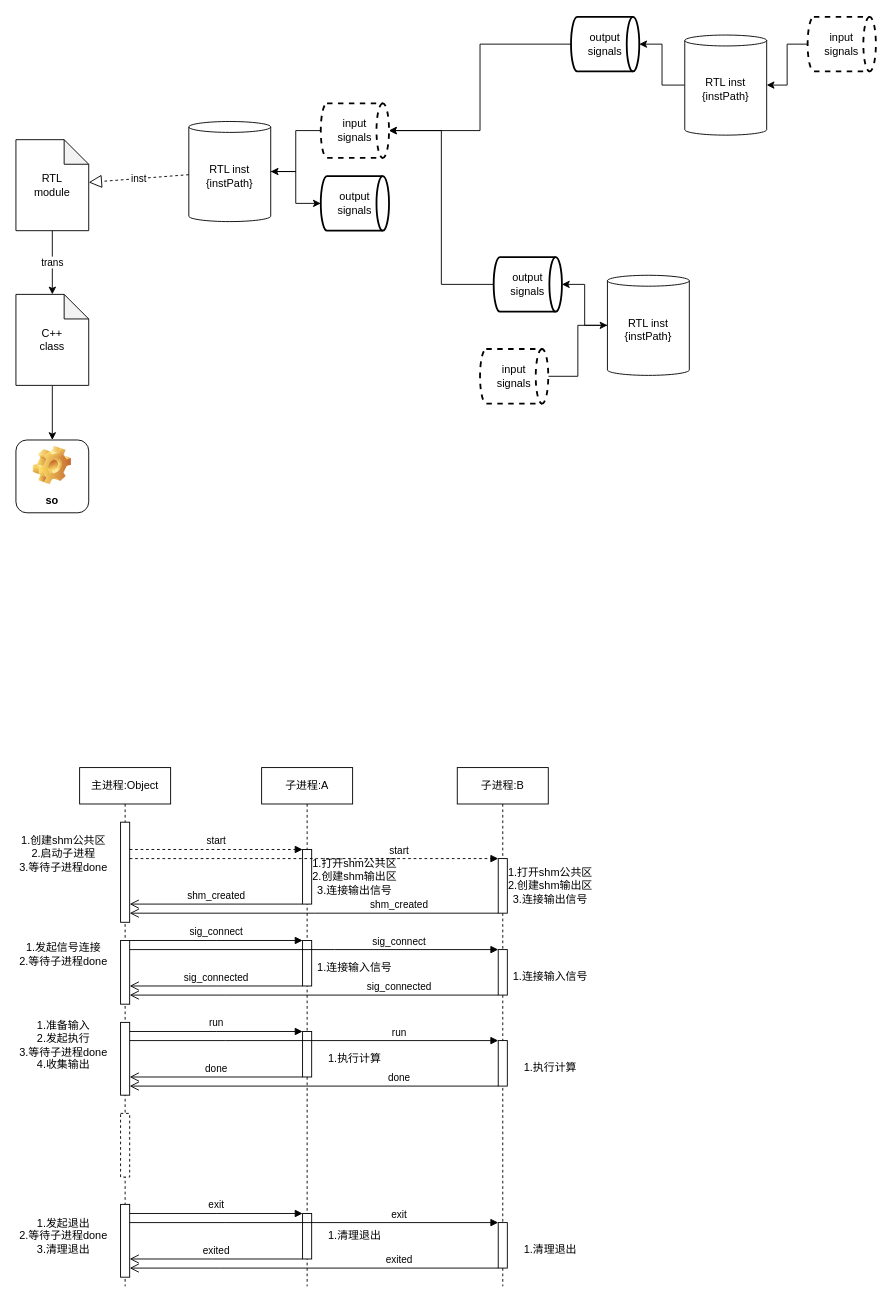
This is zolon_schedule2.drawio from Dercury/CLDK, a draw.io file, before an edit. Source tidied: cells renumbered, new cells numbered last; positions are measured from the earlier drawing's top-left corner, leaving out a move shared by most shapes. Both pictures are drawn from the tidied source at 91%, with x=0, y=0 at pixel (15, 16).
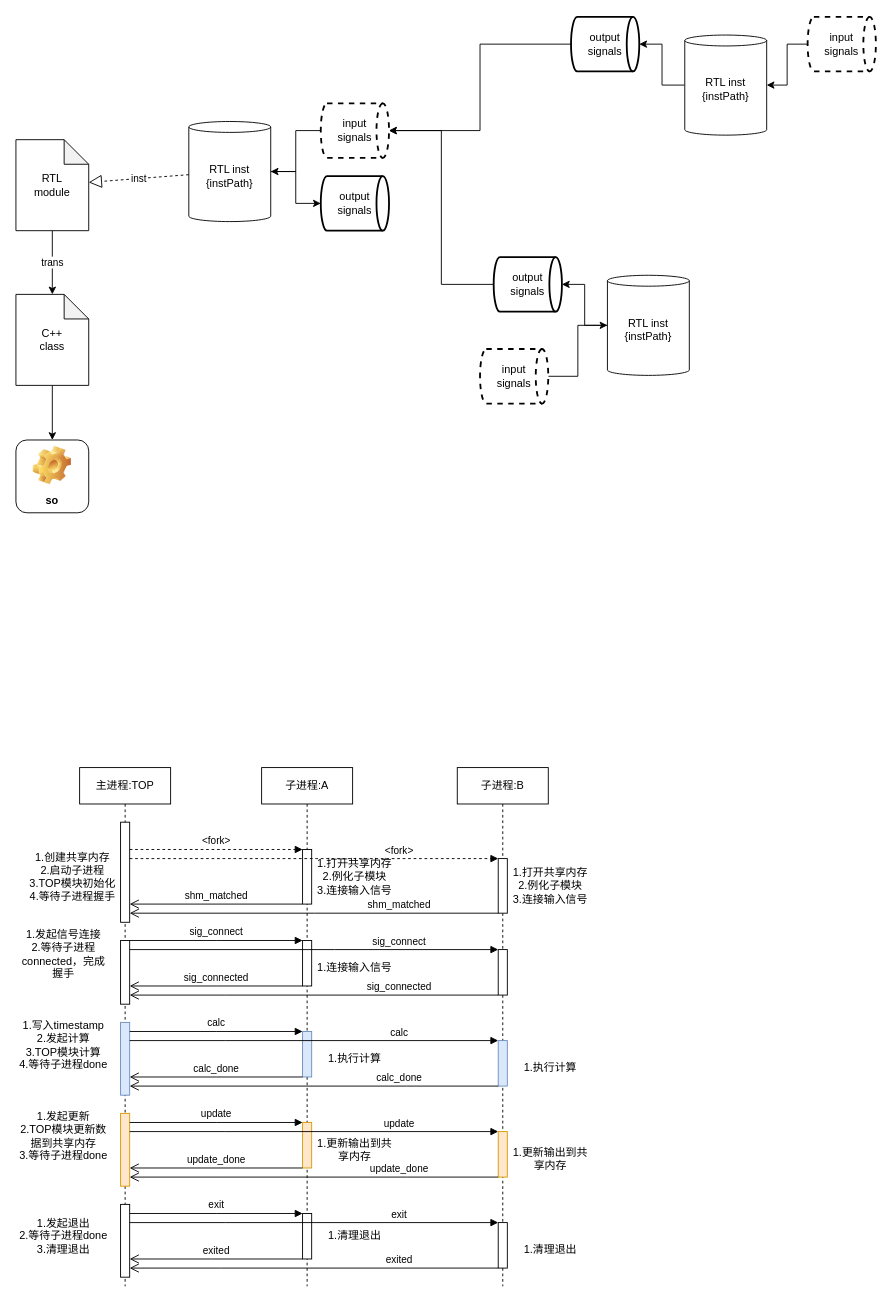
The same diagram, later.

The change refers to these unchanged cells:
```xml
<mxCell id="26" style="html=1;points=[];perimeter=orthogonalPerimeter;outlineConnect=0;targetShapes=umlLifeline;portConstraint=eastwest;newEdgeStyle={&quot;edgeStyle&quot;:&quot;elbowEdgeStyle&quot;,&quot;elbow&quot;:&quot;vertical&quot;,&quot;curved&quot;:0,&quot;rounded&quot;:0};" parent="25" vertex="1">
  <mxGeometry x="45" y="60" width="10" height="110" as="geometry" />
</mxCell>
<mxCell id="31" value="子进程:A" style="shape=umlLifeline;perimeter=lifelinePerimeter;whiteSpace=wrap;html=1;newEdgeStyle={&quot;edgeStyle&quot;:&quot;elbowEdgeStyle&quot;,&quot;elbow&quot;:&quot;vertical&quot;,&quot;curved&quot;:0,&quot;rounded&quot;:0};" parent="1" vertex="1">
  <mxGeometry x="270" y="825" width="100" height="570" as="geometry" />
</mxCell>
<mxCell id="32" style="html=1;points=[];perimeter=orthogonalPerimeter;outlineConnect=0;targetShapes=umlLifeline;portConstraint=eastwest;newEdgeStyle={&quot;edgeStyle&quot;:&quot;elbowEdgeStyle&quot;,&quot;elbow&quot;:&quot;vertical&quot;,&quot;curved&quot;:0,&quot;rounded&quot;:0};" parent="31" vertex="1">
  <mxGeometry x="45" y="90" width="10" height="60" as="geometry" />
</mxCell>
<mxCell id="36" value="子进程:B" style="shape=umlLifeline;perimeter=lifelinePerimeter;whiteSpace=wrap;html=1;newEdgeStyle={&quot;edgeStyle&quot;:&quot;elbowEdgeStyle&quot;,&quot;elbow&quot;:&quot;vertical&quot;,&quot;curved&quot;:0,&quot;rounded&quot;:0};" parent="1" vertex="1">
  <mxGeometry x="485" y="825" width="100" height="570" as="geometry" />
</mxCell>
<mxCell id="37" style="html=1;points=[];perimeter=orthogonalPerimeter;outlineConnect=0;targetShapes=umlLifeline;portConstraint=eastwest;newEdgeStyle={&quot;edgeStyle&quot;:&quot;elbowEdgeStyle&quot;,&quot;elbow&quot;:&quot;vertical&quot;,&quot;curved&quot;:0,&quot;rounded&quot;:0};" parent="36" vertex="1">
  <mxGeometry x="45" y="100" width="10" height="60" as="geometry" />
</mxCell>
```

The edit, as a diff of the source:
```diff
@@
-    <mxCell id="25" value="主进程:Object" style="shape=umlLifeline;perimeter=lifelinePerimeter;whiteSpace=wrap;html=1;newEdgeStyle={&quot;edgeStyle&quot;:&quot;elbowEdgeStyle&quot;,&quot;elbow&quot;:&quot;vertical&quot;,&quot;curved&quot;:0,&quot;rounded&quot;:0};" parent="1" vertex="1">
+    <mxCell id="25" value="主进程:TOP" style="shape=umlLifeline;perimeter=lifelinePerimeter;whiteSpace=wrap;html=1;newEdgeStyle={&quot;edgeStyle&quot;:&quot;elbowEdgeStyle&quot;,&quot;elbow&quot;:&quot;vertical&quot;,&quot;curved&quot;:0,&quot;rounded&quot;:0};" parent="1" vertex="1">
       <mxGeometry x="70" y="825" width="100" height="570" as="geometry" />
     </mxCell>
@@
-    <mxCell id="28" style="html=1;points=[];perimeter=orthogonalPerimeter;outlineConnect=0;targetShapes=umlLifeline;portConstraint=eastwest;newEdgeStyle={&quot;edgeStyle&quot;:&quot;elbowEdgeStyle&quot;,&quot;elbow&quot;:&quot;vertical&quot;,&quot;curved&quot;:0,&quot;rounded&quot;:0};" parent="25" vertex="1">
+    <mxCell id="28" style="html=1;points=[];perimeter=orthogonalPerimeter;outlineConnect=0;targetShapes=umlLifeline;portConstraint=eastwest;newEdgeStyle={&quot;edgeStyle&quot;:&quot;elbowEdgeStyle&quot;,&quot;elbow&quot;:&quot;vertical&quot;,&quot;curved&quot;:0,&quot;rounded&quot;:0};fillColor=#dae8fc;strokeColor=#6c8ebf;" parent="25" vertex="1">
       <mxGeometry x="45" y="280" width="10" height="80" as="geometry" />
     </mxCell>
-    <mxCell id="29" style="html=1;perimeter=orthogonalPerimeter;targetShapes=umlLifeline;newEdgeStyle={&quot;edgeStyle&quot;:&quot;elbowEdgeStyle&quot;,&quot;elbow&quot;:&quot;vertical&quot;,&quot;curved&quot;:0,&quot;rounded&quot;:0};dashed=1;" parent="25" vertex="1">
-      <mxGeometry x="45" y="380" width="10" height="70" as="geometry" />
-    </mxCell>
@@
-    <mxCell id="34" style="html=1;points=[];perimeter=orthogonalPerimeter;outlineConnect=0;targetShapes=umlLifeline;portConstraint=eastwest;newEdgeStyle={&quot;edgeStyle&quot;:&quot;elbowEdgeStyle&quot;,&quot;elbow&quot;:&quot;vertical&quot;,&quot;curved&quot;:0,&quot;rounded&quot;:0};" parent="31" vertex="1">
+    <mxCell id="34" style="html=1;points=[];perimeter=orthogonalPerimeter;outlineConnect=0;targetShapes=umlLifeline;portConstraint=eastwest;newEdgeStyle={&quot;edgeStyle&quot;:&quot;elbowEdgeStyle&quot;,&quot;elbow&quot;:&quot;vertical&quot;,&quot;curved&quot;:0,&quot;rounded&quot;:0};fillColor=#dae8fc;strokeColor=#6c8ebf;" parent="31" vertex="1">
       <mxGeometry x="45" y="290" width="10" height="50" as="geometry" />
     </mxCell>
@@
+    <mxCell id="69" style="html=1;points=[];perimeter=orthogonalPerimeter;outlineConnect=0;targetShapes=umlLifeline;portConstraint=eastwest;newEdgeStyle={&quot;edgeStyle&quot;:&quot;elbowEdgeStyle&quot;,&quot;elbow&quot;:&quot;vertical&quot;,&quot;curved&quot;:0,&quot;rounded&quot;:0};fillColor=#ffe6cc;strokeColor=#d79b00;" parent="31" vertex="1">
+      <mxGeometry x="45" y="390" width="10" height="50" as="geometry" />
+    </mxCell>
@@
-    <mxCell id="39" style="html=1;points=[];perimeter=orthogonalPerimeter;outlineConnect=0;targetShapes=umlLifeline;portConstraint=eastwest;newEdgeStyle={&quot;edgeStyle&quot;:&quot;elbowEdgeStyle&quot;,&quot;elbow&quot;:&quot;vertical&quot;,&quot;curved&quot;:0,&quot;rounded&quot;:0};" parent="36" vertex="1">
+    <mxCell id="39" style="html=1;points=[];perimeter=orthogonalPerimeter;outlineConnect=0;targetShapes=umlLifeline;portConstraint=eastwest;newEdgeStyle={&quot;edgeStyle&quot;:&quot;elbowEdgeStyle&quot;,&quot;elbow&quot;:&quot;vertical&quot;,&quot;curved&quot;:0,&quot;rounded&quot;:0};fillColor=#dae8fc;strokeColor=#6c8ebf;" parent="36" vertex="1">
       <mxGeometry x="45" y="300" width="10" height="50" as="geometry" />
     </mxCell>
@@
+    <mxCell id="70" style="html=1;points=[];perimeter=orthogonalPerimeter;outlineConnect=0;targetShapes=umlLifeline;portConstraint=eastwest;newEdgeStyle={&quot;edgeStyle&quot;:&quot;elbowEdgeStyle&quot;,&quot;elbow&quot;:&quot;vertical&quot;,&quot;curved&quot;:0,&quot;rounded&quot;:0};fillColor=#ffe6cc;strokeColor=#d79b00;" parent="36" vertex="1">
+      <mxGeometry x="45" y="400" width="10" height="50" as="geometry" />
+    </mxCell>
-    <mxCell id="41" value="start" style="html=1;verticalAlign=bottom;endArrow=block;edgeStyle=elbowEdgeStyle;elbow=vertical;curved=0;rounded=0;dashed=1;" parent="1" edge="1" source="26" target="32">
+    <mxCell id="41" value="&amp;lt;fork&amp;gt;" style="html=1;verticalAlign=bottom;endArrow=block;edgeStyle=elbowEdgeStyle;elbow=vertical;curved=0;rounded=0;dashed=1;" parent="1" edge="1" source="26" target="32">
       <mxGeometry relative="1" as="geometry">
         <Array as="points">
           <mxPoint x="220" y="915" />
         </Array>
       </mxGeometry>
     </mxCell>
-    <mxCell id="42" value="shm_created" style="html=1;verticalAlign=bottom;endArrow=open;endSize=8;edgeStyle=elbowEdgeStyle;elbow=vertical;curved=0;rounded=0;" parent="1" edge="1" source="32" target="26">
+    <mxCell id="42" value="shm_matched" style="html=1;verticalAlign=bottom;endArrow=open;endSize=8;edgeStyle=elbowEdgeStyle;elbow=vertical;curved=0;rounded=0;" parent="1" edge="1" source="32" target="26">
       <mxGeometry relative="1" as="geometry">
         <Array as="points">
           <mxPoint x="220" y="975" />
         </Array>
       </mxGeometry>
     </mxCell>
-    <mxCell id="43" value="1.创建shm公共区&lt;br&gt;2.启动子进程&lt;br&gt;3.等待子进程done" style="text;html=1;strokeColor=none;fillColor=none;align=center;verticalAlign=middle;whiteSpace=wrap;rounded=0;" parent="1" vertex="1">
-      <mxGeometry y="895" width="105" height="50" as="geometry" />
+    <mxCell id="43" value="1.创建共享内存&lt;br&gt;2.启动子进程&lt;br&gt;3.TOP模块初始化&lt;br&gt;4.等待子进程握手" style="text;html=1;strokeColor=none;fillColor=none;align=center;verticalAlign=middle;whiteSpace=wrap;rounded=0;" parent="1" vertex="1">
+      <mxGeometry x="10" y="920" width="105" height="50" as="geometry" />
     </mxCell>
-    <mxCell id="44" value="start" style="html=1;verticalAlign=bottom;endArrow=block;edgeStyle=elbowEdgeStyle;elbow=vertical;curved=0;rounded=0;dashed=1;" parent="1" edge="1" source="26" target="37">
+    <mxCell id="44" value="&amp;lt;fork&amp;gt;" style="html=1;verticalAlign=bottom;endArrow=block;edgeStyle=elbowEdgeStyle;elbow=vertical;curved=0;rounded=0;dashed=1;" parent="1" edge="1" source="26" target="37">
       <mxGeometry x="0.46" relative="1" as="geometry">
         <Array as="points">
           <mxPoint x="330" y="925" />
         </Array>
       </mxGeometry>
     </mxCell>
-    <mxCell id="45" value="1.打开shm公共区&lt;br&gt;2.创建shm输出区&lt;br&gt;3.连接输出信号" style="text;html=1;strokeColor=none;fillColor=none;align=center;verticalAlign=middle;whiteSpace=wrap;rounded=0;" parent="1" vertex="1">
+    <mxCell id="45" value="1.打开共享内存&lt;br&gt;2.例化子模块&lt;br&gt;3.连接输入信号" style="text;html=1;strokeColor=none;fillColor=none;align=center;verticalAlign=middle;whiteSpace=wrap;rounded=0;" parent="1" vertex="1">
       <mxGeometry x="325" y="925" width="95" height="40" as="geometry" />
     </mxCell>
-    <mxCell id="46" value="1.打开shm公共区&lt;br&gt;2.创建shm输出区&lt;br&gt;3.连接输出信号" style="text;html=1;strokeColor=none;fillColor=none;align=center;verticalAlign=middle;whiteSpace=wrap;rounded=0;" parent="1" vertex="1">
-      <mxGeometry x="540" y="935" width="95" height="40" as="geometry" />
-    </mxCell>
-    <mxCell id="47" value="shm_created" style="html=1;verticalAlign=bottom;endArrow=open;endSize=8;edgeStyle=elbowEdgeStyle;elbow=vertical;curved=0;rounded=0;" parent="1" edge="1" source="37" target="26">
+    <mxCell id="47" value="shm_matched" style="html=1;verticalAlign=bottom;endArrow=open;endSize=8;edgeStyle=elbowEdgeStyle;elbow=vertical;curved=0;rounded=0;" parent="1" edge="1" source="37" target="26">
       <mxGeometry x="-0.46" relative="1" as="geometry">
         <Array as="points">
           <mxPoint x="328" y="985" />
         </Array>
       </mxGeometry>
     </mxCell>
-    <mxCell id="48" value="1.发起信号连接&lt;br&gt;2.等待子进程done" style="text;html=1;strokeColor=none;fillColor=none;align=center;verticalAlign=middle;whiteSpace=wrap;rounded=0;" parent="1" vertex="1">
+    <mxCell id="48" value="1.发起信号连接&lt;br&gt;2.等待子进程connected，完成握手" style="text;html=1;strokeColor=none;fillColor=none;align=center;verticalAlign=middle;whiteSpace=wrap;rounded=0;" parent="1" vertex="1">
       <mxGeometry y="1005" width="105" height="50" as="geometry" />
     </mxCell>
@@
-    <mxCell id="52" value="1.连接输入信号" style="text;html=1;strokeColor=none;fillColor=none;align=center;verticalAlign=middle;whiteSpace=wrap;rounded=0;" parent="1" vertex="1">
-      <mxGeometry x="540" y="1035" width="95" height="40" as="geometry" />
-    </mxCell>
@@
-    <mxCell id="55" value="1.准备输入&lt;br&gt;2.发起执行&lt;br&gt;3.等待子进程done&lt;br&gt;4.收集输出" style="text;html=1;strokeColor=none;fillColor=none;align=center;verticalAlign=middle;whiteSpace=wrap;rounded=0;" parent="1" vertex="1">
+    <mxCell id="55" value="1.写入timestamp&lt;br&gt;2.发起计算&lt;br&gt;3.TOP模块计算&lt;br&gt;4.等待子进程done" style="text;html=1;strokeColor=none;fillColor=none;align=center;verticalAlign=middle;whiteSpace=wrap;rounded=0;" parent="1" vertex="1">
       <mxGeometry y="1105" width="105" height="50" as="geometry" />
     </mxCell>
-    <mxCell id="56" value="run" style="html=1;verticalAlign=bottom;endArrow=block;edgeStyle=elbowEdgeStyle;elbow=vertical;curved=0;rounded=0;" parent="1" edge="1" source="28" target="34">
+    <mxCell id="56" value="calc" style="html=1;verticalAlign=bottom;endArrow=block;edgeStyle=elbowEdgeStyle;elbow=vertical;curved=0;rounded=0;" parent="1" edge="1" source="28" target="34">
       <mxGeometry relative="1" as="geometry">
         <Array as="points">
           <mxPoint x="220" y="1115" />
           <mxPoint x="225" y="1129.8" />
         </Array>
       </mxGeometry>
     </mxCell>
-    <mxCell id="57" value="run" style="html=1;verticalAlign=bottom;endArrow=block;edgeStyle=elbowEdgeStyle;elbow=vertical;curved=0;rounded=0;" parent="1" edge="1" source="28" target="39">
+    <mxCell id="57" value="calc" style="html=1;verticalAlign=bottom;endArrow=block;edgeStyle=elbowEdgeStyle;elbow=vertical;curved=0;rounded=0;" parent="1" edge="1" source="28" target="39">
       <mxGeometry x="0.46" relative="1" as="geometry">
         <Array as="points">
           <mxPoint x="230" y="1125" />
           <mxPoint x="235" y="1139.8" />
         </Array>
       </mxGeometry>
     </mxCell>
@@
-    <mxCell id="60" value="done" style="html=1;verticalAlign=bottom;endArrow=open;endSize=8;edgeStyle=elbowEdgeStyle;elbow=vertical;curved=0;rounded=0;" parent="1" edge="1" source="39" target="28">
+    <mxCell id="60" value="calc_done" style="html=1;verticalAlign=bottom;endArrow=open;endSize=8;edgeStyle=elbowEdgeStyle;elbow=vertical;curved=0;rounded=0;" parent="1" edge="1" source="39" target="28">
       <mxGeometry x="-0.46" relative="1" as="geometry">
         <Array as="points">
           <mxPoint x="429" y="1175" />
         </Array>
       </mxGeometry>
     </mxCell>
-    <mxCell id="61" value="done" style="html=1;verticalAlign=bottom;endArrow=open;endSize=8;edgeStyle=elbowEdgeStyle;elbow=vertical;curved=0;rounded=0;" parent="1" edge="1" source="34" target="28">
+    <mxCell id="61" value="calc_done" style="html=1;verticalAlign=bottom;endArrow=open;endSize=8;edgeStyle=elbowEdgeStyle;elbow=vertical;curved=0;rounded=0;" parent="1" edge="1" source="34" target="28">
       <mxGeometry relative="1" as="geometry">
         <Array as="points">
           <mxPoint x="220" y="1165" />
         </Array>
       </mxGeometry>
     </mxCell>
@@
+    <mxCell id="71" value="1.打开共享内存&lt;br&gt;2.例化子模块&lt;br&gt;3.连接输入信号" style="text;html=1;strokeColor=none;fillColor=none;align=center;verticalAlign=middle;whiteSpace=wrap;rounded=0;" parent="1" vertex="1">
+      <mxGeometry x="540" y="935" width="95" height="40" as="geometry" />
+    </mxCell>
+    <mxCell id="72" style="html=1;points=[];perimeter=orthogonalPerimeter;outlineConnect=0;targetShapes=umlLifeline;portConstraint=eastwest;newEdgeStyle={&quot;edgeStyle&quot;:&quot;elbowEdgeStyle&quot;,&quot;elbow&quot;:&quot;vertical&quot;,&quot;curved&quot;:0,&quot;rounded&quot;:0};fillColor=#ffe6cc;strokeColor=#d79b00;" parent="1" vertex="1">
+      <mxGeometry x="115" y="1205" width="10" height="80" as="geometry" />
+    </mxCell>
+    <mxCell id="73" value="1.发起更新&lt;br&gt;2.TOP模块更新数据到共享内存&lt;br&gt;3.等待子进程done" style="text;html=1;strokeColor=none;fillColor=none;align=center;verticalAlign=middle;whiteSpace=wrap;rounded=0;" parent="1" vertex="1">
+      <mxGeometry y="1205" width="105" height="50" as="geometry" />
+    </mxCell>
+    <mxCell id="74" value="update" style="html=1;verticalAlign=bottom;endArrow=block;edgeStyle=elbowEdgeStyle;elbow=vertical;curved=0;rounded=0;" parent="1" edge="1" source="72" target="69">
+      <mxGeometry relative="1" as="geometry">
+        <Array as="points">
+          <mxPoint x="220" y="1215" />
+          <mxPoint x="225" y="1229.8" />
+        </Array>
+      </mxGeometry>
+    </mxCell>
+    <mxCell id="75" value="update" style="html=1;verticalAlign=bottom;endArrow=block;edgeStyle=elbowEdgeStyle;elbow=vertical;curved=0;rounded=0;" parent="1" edge="1" source="72" target="70">
+      <mxGeometry x="0.46" relative="1" as="geometry">
+        <Array as="points">
+          <mxPoint x="230" y="1225" />
+          <mxPoint x="235" y="1239.8" />
+        </Array>
+      </mxGeometry>
+    </mxCell>
+    <mxCell id="76" value="1.更新输出到共享内存" style="text;html=1;strokeColor=none;fillColor=none;align=center;verticalAlign=middle;whiteSpace=wrap;rounded=0;" parent="1" vertex="1">
+      <mxGeometry x="325" y="1225" width="95" height="40" as="geometry" />
+    </mxCell>
+    <mxCell id="77" value="1.更新输出到共享内存" style="text;html=1;strokeColor=none;fillColor=none;align=center;verticalAlign=middle;whiteSpace=wrap;rounded=0;" parent="1" vertex="1">
+      <mxGeometry x="540" y="1235" width="95" height="40" as="geometry" />
+    </mxCell>
+    <mxCell id="78" value="update_done" style="html=1;verticalAlign=bottom;endArrow=open;endSize=8;edgeStyle=elbowEdgeStyle;elbow=vertical;curved=0;rounded=0;" parent="1" edge="1" source="70" target="72">
+      <mxGeometry x="-0.46" relative="1" as="geometry">
+        <Array as="points">
+          <mxPoint x="429" y="1275" />
+        </Array>
+      </mxGeometry>
+    </mxCell>
+    <mxCell id="79" value="update_done" style="html=1;verticalAlign=bottom;endArrow=open;endSize=8;edgeStyle=elbowEdgeStyle;elbow=vertical;curved=0;rounded=0;" parent="1" edge="1" source="69" target="72">
+      <mxGeometry relative="1" as="geometry">
+        <Array as="points">
+          <mxPoint x="220" y="1265" />
+        </Array>
+      </mxGeometry>
+    </mxCell>
```
